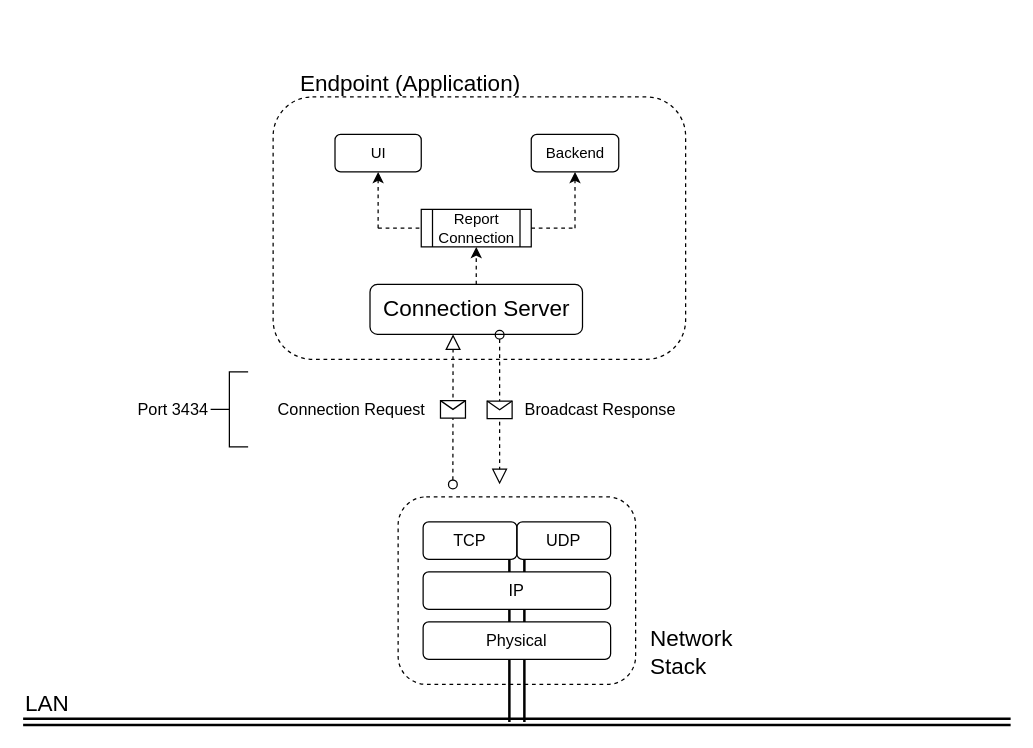
Above: page "TCP-Server" (3 of 3) of docs/Endpoint-App-Diagrams.drawio in B3W/Endpoints (draw.io), before the change. Source tidied: cells renumbered, new cells numbered last; positions are measured from the earlier drawing's top-left corner, leaving out a move shared by most shapes. Both pictures are drawn from the tidied source at 125%, with x=0, y=0 at pixel (22, 71).
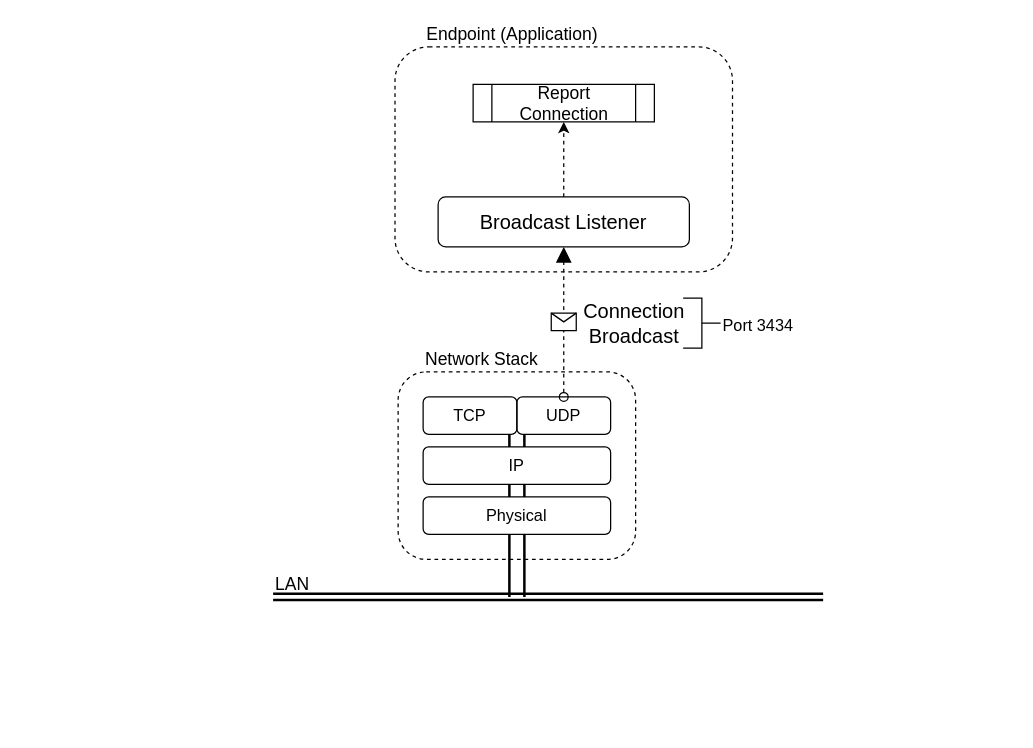
The same page after the edit.

Commit message (it also covers changes not shown here):
Modified broadcast listener to reflect simplified connection protocol.

What changed in the source:
```diff
@@
-    <mxCell id="2" style="rounded=1;whiteSpace=wrap;html=1;strokeColor=#000000;fillColor=none;fontSize=18;fontColor=#000000;align=left;dashed=1;" parent="1" vertex="1">
-      <mxGeometry x="300" y="340" width="190" height="150" as="geometry" />
-    </mxCell>
-    <mxCell id="3" style="shape=link;html=1;strokeColor=#000000;strokeWidth=2;fontSize=16;fontColor=#000000;" parent="1" edge="1">
-      <mxGeometry relative="1" as="geometry">
-        <mxPoint y="520" as="sourcePoint" />
-        <mxPoint x="790" y="520" as="targetPoint" />
-      </mxGeometry>
-    </mxCell>
-    <mxCell id="4" style="shape=link;html=1;strokeColor=#000000;strokeWidth=2;fontSize=16;fontColor=#000000;width=11;" parent="1" edge="1">
-      <mxGeometry relative="1" as="geometry">
-        <mxPoint x="395" y="520" as="sourcePoint" />
-        <mxPoint x="395" y="470" as="targetPoint" />
-      </mxGeometry>
-    </mxCell>
+    <mxCell id="32" style="rounded=1;whiteSpace=wrap;html=1;strokeColor=#000000;fillColor=none;fontSize=18;fontColor=#000000;align=left;dashed=1;" parent="1" vertex="1">
+      <mxGeometry x="297.5" y="-20" width="270" height="180" as="geometry" />
+    </mxCell>
+    <mxCell id="33" style="rounded=1;whiteSpace=wrap;html=1;strokeColor=#000000;fillColor=none;fontSize=18;fontColor=#000000;align=left;dashed=1;" parent="1" vertex="1">
+      <mxGeometry x="300" y="240" width="190" height="150" as="geometry" />
+    </mxCell>
+    <mxCell id="34" style="shape=link;html=1;strokeColor=#000000;strokeWidth=2;fontSize=16;fontColor=#000000;" parent="1" edge="1">
+      <mxGeometry relative="1" as="geometry">
+        <mxPoint x="200" y="420" as="sourcePoint" />
+        <mxPoint x="640" y="420" as="targetPoint" />
+      </mxGeometry>
+    </mxCell>
+    <mxCell id="35" style="shape=link;html=1;strokeColor=#000000;strokeWidth=2;fontSize=16;fontColor=#000000;width=11;" parent="1" edge="1">
+      <mxGeometry relative="1" as="geometry">
+        <mxPoint x="395" y="420" as="sourcePoint" />
+        <mxPoint x="395" y="370" as="targetPoint" />
+      </mxGeometry>
+    </mxCell>
-    <mxCell id="5" value="LAN" style="text;html=1;strokeColor=none;fillColor=none;align=left;verticalAlign=middle;whiteSpace=wrap;rounded=0;fontSize=18;fontColor=#000000;" parent="1" vertex="1">
-      <mxGeometry y="496" width="40" height="20" as="geometry" />
+    <mxCell id="5" value="LAN" style="text;html=1;strokeColor=none;fillColor=none;align=left;verticalAlign=middle;whiteSpace=wrap;rounded=0;fontSize=14;fontColor=#000000;" parent="1" vertex="1">
+      <mxGeometry x="200" y="400" width="40" height="20" as="geometry" />
     </mxCell>
+    <mxCell id="14" value="Endpoint (Application)" style="text;html=1;strokeColor=none;fillColor=none;align=left;verticalAlign=middle;whiteSpace=wrap;rounded=0;fontSize=14;fontColor=#000000;" parent="1" vertex="1">
+      <mxGeometry x="320.5" y="-40" width="190" height="20" as="geometry" />
+    </mxCell>
-    <mxCell id="6" value="&lt;div style=&quot;font-size: 13px;&quot; align=&quot;center&quot;&gt;Physical&lt;/div&gt;" style="rounded=1;whiteSpace=wrap;html=1;strokeColor=#000000;fillColor=none;fontSize=13;fontColor=#000000;align=center;" parent="1" vertex="1">
-      <mxGeometry x="320" y="440" width="150" height="30" as="geometry" />
+    <mxCell id="6" value="&lt;div style=&quot;font-size: 13px;&quot; align=&quot;center&quot;&gt;&lt;font style=&quot;font-size: 13px;&quot;&gt;Physical&lt;/font&gt;&lt;/div&gt;" style="rounded=1;whiteSpace=wrap;html=1;strokeColor=#000000;fillColor=none;fontSize=13;fontColor=#000000;align=center;" parent="1" vertex="1">
+      <mxGeometry x="320" y="340" width="150" height="30" as="geometry" />
     </mxCell>
-    <mxCell id="7" value="IP" style="rounded=1;whiteSpace=wrap;html=1;strokeColor=#000000;fillColor=none;fontSize=13;fontColor=#000000;align=center;" parent="1" vertex="1">
-      <mxGeometry x="320" y="400" width="150" height="30" as="geometry" />
+    <mxCell id="7" value="&lt;font style=&quot;font-size: 13px;&quot;&gt;IP&lt;/font&gt;" style="rounded=1;whiteSpace=wrap;html=1;strokeColor=#000000;fillColor=none;fontSize=13;fontColor=#000000;align=center;" parent="1" vertex="1">
+      <mxGeometry x="320" y="300" width="150" height="30" as="geometry" />
     </mxCell>
-    <mxCell id="8" value="TCP" style="rounded=1;whiteSpace=wrap;html=1;strokeColor=#000000;fillColor=none;fontSize=13;fontColor=#000000;align=center;" parent="1" vertex="1">
-      <mxGeometry x="320" y="360" width="75" height="30" as="geometry" />
+    <mxCell id="8" value="&lt;font style=&quot;font-size: 13px;&quot;&gt;TCP&lt;/font&gt;" style="rounded=1;whiteSpace=wrap;html=1;strokeColor=#000000;fillColor=none;fontSize=13;fontColor=#000000;align=center;" parent="1" vertex="1">
+      <mxGeometry x="320" y="260" width="75" height="30" as="geometry" />
     </mxCell>
-    <mxCell id="9" value="UDP" style="rounded=1;whiteSpace=wrap;html=1;strokeColor=#000000;fillColor=none;fontSize=13;fontColor=#000000;align=center;" parent="1" vertex="1">
-      <mxGeometry x="395" y="360" width="75" height="30" as="geometry" />
+    <mxCell id="9" value="&lt;font style=&quot;font-size: 13px;&quot;&gt;UDP&lt;/font&gt;" style="rounded=1;whiteSpace=wrap;html=1;strokeColor=#000000;fillColor=none;fontSize=13;fontColor=#000000;align=center;" parent="1" vertex="1">
+      <mxGeometry x="395" y="260" width="75" height="30" as="geometry" />
     </mxCell>
-    <mxCell id="10" value="Network Stack" style="text;html=1;strokeColor=none;fillColor=none;align=left;verticalAlign=middle;whiteSpace=wrap;rounded=0;dashed=1;fontSize=18;fontColor=#000000;" parent="1" vertex="1">
-      <mxGeometry x="500" y="440" width="80" height="50" as="geometry" />
+    <mxCell id="10" value="Network Stack" style="text;html=1;strokeColor=none;fillColor=none;align=left;verticalAlign=middle;whiteSpace=wrap;rounded=0;dashed=1;fontSize=14;fontColor=#000000;" parent="1" vertex="1">
+      <mxGeometry x="320" y="220" width="110" height="20" as="geometry" />
     </mxCell>
-    <mxCell id="11" style="shape=link;html=1;strokeColor=#000000;strokeWidth=2;fontSize=16;fontColor=#000000;width=11;exitX=0.5;exitY=0;exitDx=0;exitDy=0;entryX=0.5;entryY=1;entryDx=0;entryDy=0;" parent="1" edge="1">
-      <mxGeometry relative="1" as="geometry">
-        <mxPoint x="395" y="400" as="sourcePoint" />
-        <mxPoint x="395" y="390" as="targetPoint" />
-      </mxGeometry>
-    </mxCell>
-    <mxCell id="12" style="shape=link;html=1;strokeColor=#000000;strokeWidth=2;fontSize=16;fontColor=#000000;width=11;exitX=0.5;exitY=0;exitDx=0;exitDy=0;entryX=0.5;entryY=1;entryDx=0;entryDy=0;" parent="1" edge="1">
-      <mxGeometry relative="1" as="geometry">
-        <mxPoint x="395" y="440" as="sourcePoint" />
-        <mxPoint x="395" y="430" as="targetPoint" />
-      </mxGeometry>
-    </mxCell>
-    <mxCell id="13" style="rounded=1;whiteSpace=wrap;html=1;strokeColor=#000000;fillColor=none;fontSize=18;fontColor=#000000;align=left;dashed=1;" parent="1" vertex="1">
-      <mxGeometry x="200" y="20" width="330" height="210" as="geometry" />
-    </mxCell>
-    <mxCell id="14" value="Endpoint (Application)" style="text;html=1;strokeColor=none;fillColor=none;align=left;verticalAlign=middle;whiteSpace=wrap;rounded=0;fontSize=18;fontColor=#000000;" parent="1" vertex="1">
-      <mxGeometry x="220" width="190" height="20" as="geometry" />
-    </mxCell>
-    <mxCell id="15" style="startArrow=oval;startFill=0;startSize=7;endArrow=block;endFill=0;endSize=10;dashed=1;html=1;exitX=0.25;exitY=0;exitDx=0;exitDy=0;entryX=0.391;entryY=0.998;entryDx=0;entryDy=0;entryPerimeter=0;" parent="1" edge="1" target="18">
-      <mxGeometry relative="1" as="geometry">
-        <mxPoint x="343.8" y="330" as="sourcePoint" />
-      </mxGeometry>
-    </mxCell>
-    <mxCell id="16" style="shape=message;html=1;" parent="15" vertex="1">
-      <mxGeometry width="20" height="14" relative="1" as="geometry">
-        <mxPoint x="-10" y="-7" as="offset" />
-      </mxGeometry>
-    </mxCell>
-    <mxCell id="17" value="Connection Request" style="text;html=1;strokeColor=none;fillColor=none;align=center;verticalAlign=middle;whiteSpace=wrap;rounded=0;fontSize=13;" parent="1" vertex="1">
-      <mxGeometry x="190" y="240" width="146" height="60" as="geometry" />
-    </mxCell>
-    <mxCell id="18" value="&lt;font style=&quot;font-size: 18px&quot;&gt;Connection Server&lt;/font&gt;" style="rounded=1;whiteSpace=wrap;html=1;" parent="1" vertex="1">
-      <mxGeometry x="277.5" y="170" width="170" height="40" as="geometry" />
-    </mxCell>
-    <mxCell id="19" style="startArrow=oval;startFill=0;startSize=7;endArrow=block;endFill=0;endSize=10;dashed=1;html=1;entryX=0.75;entryY=0;entryDx=0;entryDy=0;exitX=0.61;exitY=1.008;exitDx=0;exitDy=0;exitPerimeter=0;" parent="1" edge="1" source="18">
-      <mxGeometry relative="1" as="geometry">
-        <mxPoint x="381.2" y="330" as="targetPoint" />
-      </mxGeometry>
-    </mxCell>
-    <mxCell id="20" style="shape=message;html=1;" parent="19" vertex="1">
-      <mxGeometry width="20" height="14" relative="1" as="geometry">
-        <mxPoint x="-10" y="-7" as="offset" />
-      </mxGeometry>
-    </mxCell>
-    <mxCell id="21" style="html=1;shape=mxgraph.flowchart.annotation_2;align=left;labelPosition=right;direction=east;" parent="1" vertex="1">
-      <mxGeometry x="150" y="240" width="30" height="60" as="geometry" />
-    </mxCell>
+    <mxCell id="36" style="startArrow=oval;startFill=0;startSize=7;endArrow=block;endFill=1;endSize=10;dashed=1;html=1;exitX=0.5;exitY=0;exitDx=0;exitDy=0;entryX=0.5;entryY=1;entryDx=0;entryDy=0;" parent="1" edge="1" source="9" target="38">
+      <mxGeometry relative="1" as="geometry" />
+    </mxCell>
+    <mxCell id="37" style="shape=message;html=1;" parent="36" vertex="1">
+      <mxGeometry width="20" height="14" relative="1" as="geometry">
+        <mxPoint x="-10" y="-7" as="offset" />
+      </mxGeometry>
+    </mxCell>
+    <mxCell id="38" value="&lt;font style=&quot;font-size: 16px&quot;&gt;Broadcast Listener&lt;/font&gt;" style="rounded=1;whiteSpace=wrap;html=1;" parent="1" vertex="1">
+      <mxGeometry x="332" y="100" width="201" height="40" as="geometry" />
+    </mxCell>
+    <mxCell id="39" style="shape=link;html=1;strokeColor=#000000;strokeWidth=2;fontSize=16;fontColor=#000000;width=11;exitX=0.5;exitY=0;exitDx=0;exitDy=0;entryX=0.5;entryY=1;entryDx=0;entryDy=0;" parent="1" edge="1" source="6" target="7">
+      <mxGeometry relative="1" as="geometry" />
+    </mxCell>
+    <mxCell id="40" style="shape=link;html=1;strokeColor=#000000;strokeWidth=2;fontSize=16;fontColor=#000000;width=11;exitX=0.5;exitY=0;exitDx=0;exitDy=0;entryX=0.5;entryY=1;entryDx=0;entryDy=0;" parent="1" edge="1">
+      <mxGeometry relative="1" as="geometry">
+        <mxPoint x="395" y="300" as="sourcePoint" />
+        <mxPoint x="395" y="290" as="targetPoint" />
+      </mxGeometry>
+    </mxCell>
+    <mxCell id="41" style="html=1;shape=mxgraph.flowchart.annotation_2;align=left;labelPosition=right;direction=west;" parent="1" vertex="1">
+      <mxGeometry x="528" y="181" width="30" height="40" as="geometry" />
+    </mxCell>
     <mxCell id="22" value="&lt;div style=&quot;font-size: 13px;&quot; align=&quot;left&quot;&gt;Port 3434&lt;br style=&quot;font-size: 13px;&quot;&gt;&lt;/div&gt;" style="text;html=1;strokeColor=none;fillColor=none;align=left;verticalAlign=middle;whiteSpace=wrap;rounded=0;fontSize=13;" parent="1" vertex="1">
-      <mxGeometry x="90" y="260" width="60" height="20" as="geometry" />
+      <mxGeometry x="558" y="193" width="60" height="20" as="geometry" />
     </mxCell>
-    <mxCell id="23" value="&lt;div style=&quot;font-size: 13px;&quot;&gt;Broadcast Response&lt;/div&gt;" style="text;html=1;strokeColor=none;fillColor=none;align=center;verticalAlign=middle;whiteSpace=wrap;rounded=0;fontSize=13;" parent="1" vertex="1">
-      <mxGeometry x="389" y="240" width="146" height="60" as="geometry" />
-    </mxCell>
+    <mxCell id="42" value="&lt;div style=&quot;font-size: 16px;&quot;&gt;Connection Broadcast&lt;br style=&quot;font-size: 16px;&quot;&gt;&lt;/div&gt;" style="text;html=1;strokeColor=none;fillColor=none;align=center;verticalAlign=middle;whiteSpace=wrap;rounded=0;fontSize=16;" parent="1" vertex="1">
+      <mxGeometry x="445" y="171" width="88" height="60" as="geometry" />
+    </mxCell>
-    <mxCell id="24" value="Report Connection" style="shape=process;whiteSpace=wrap;html=1;backgroundOutline=1;" parent="1" vertex="1">
-      <mxGeometry x="318.5" y="110" width="88" height="30" as="geometry" />
+    <mxCell id="24" value="Report Connection" style="shape=process;whiteSpace=wrap;html=1;backgroundOutline=1;fontSize=14;" parent="1" vertex="1">
+      <mxGeometry x="360" y="10" width="145" height="30" as="geometry" />
     </mxCell>
-    <mxCell id="25" value="UI" style="rounded=1;whiteSpace=wrap;html=1;" parent="1" vertex="1">
-      <mxGeometry x="249.5" y="50" width="69" height="30" as="geometry" />
-    </mxCell>
-    <mxCell id="26" value="Backend" style="rounded=1;whiteSpace=wrap;html=1;" parent="1" vertex="1">
-      <mxGeometry x="406.5" y="50" width="70" height="30" as="geometry" />
-    </mxCell>
-    <mxCell id="27" style="endArrow=classic;html=1;exitX=0.5;exitY=0;exitDx=0;exitDy=0;entryX=0.5;entryY=1;entryDx=0;entryDy=0;dashed=1;" parent="1" edge="1" source="18" target="24">
-      <mxGeometry relative="1" as="geometry" />
-    </mxCell>
-    <mxCell id="28" style="endArrow=none;html=1;dashed=1;" parent="1" edge="1">
-      <mxGeometry relative="1" as="geometry">
-        <mxPoint x="406.5" y="125" as="sourcePoint" />
-        <mxPoint x="441.5" y="125" as="targetPoint" />
-      </mxGeometry>
-    </mxCell>
-    <mxCell id="29" style="endArrow=classic;html=1;dashed=1;" parent="1" edge="1">
-      <mxGeometry relative="1" as="geometry">
-        <mxPoint x="441.5" y="125" as="sourcePoint" />
-        <mxPoint x="441.5" y="80" as="targetPoint" />
-      </mxGeometry>
-    </mxCell>
-    <mxCell id="30" style="endArrow=none;html=1;dashed=1;" parent="1" edge="1">
-      <mxGeometry relative="1" as="geometry">
-        <mxPoint x="284" y="125" as="sourcePoint" />
-        <mxPoint x="319" y="125" as="targetPoint" />
-      </mxGeometry>
-    </mxCell>
-    <mxCell id="31" style="endArrow=classic;html=1;dashed=1;" parent="1" edge="1">
-      <mxGeometry relative="1" as="geometry">
-        <mxPoint x="284" y="125" as="sourcePoint" />
-        <mxPoint x="284" y="80" as="targetPoint" />
-      </mxGeometry>
-    </mxCell>
+    <mxCell id="43" style="endArrow=classic;html=1;exitX=0.5;exitY=0;exitDx=0;exitDy=0;entryX=0.5;entryY=1;entryDx=0;entryDy=0;dashed=1;" parent="1" edge="1" source="38" target="24">
+      <mxGeometry relative="1" as="geometry" />
+    </mxCell>
```
